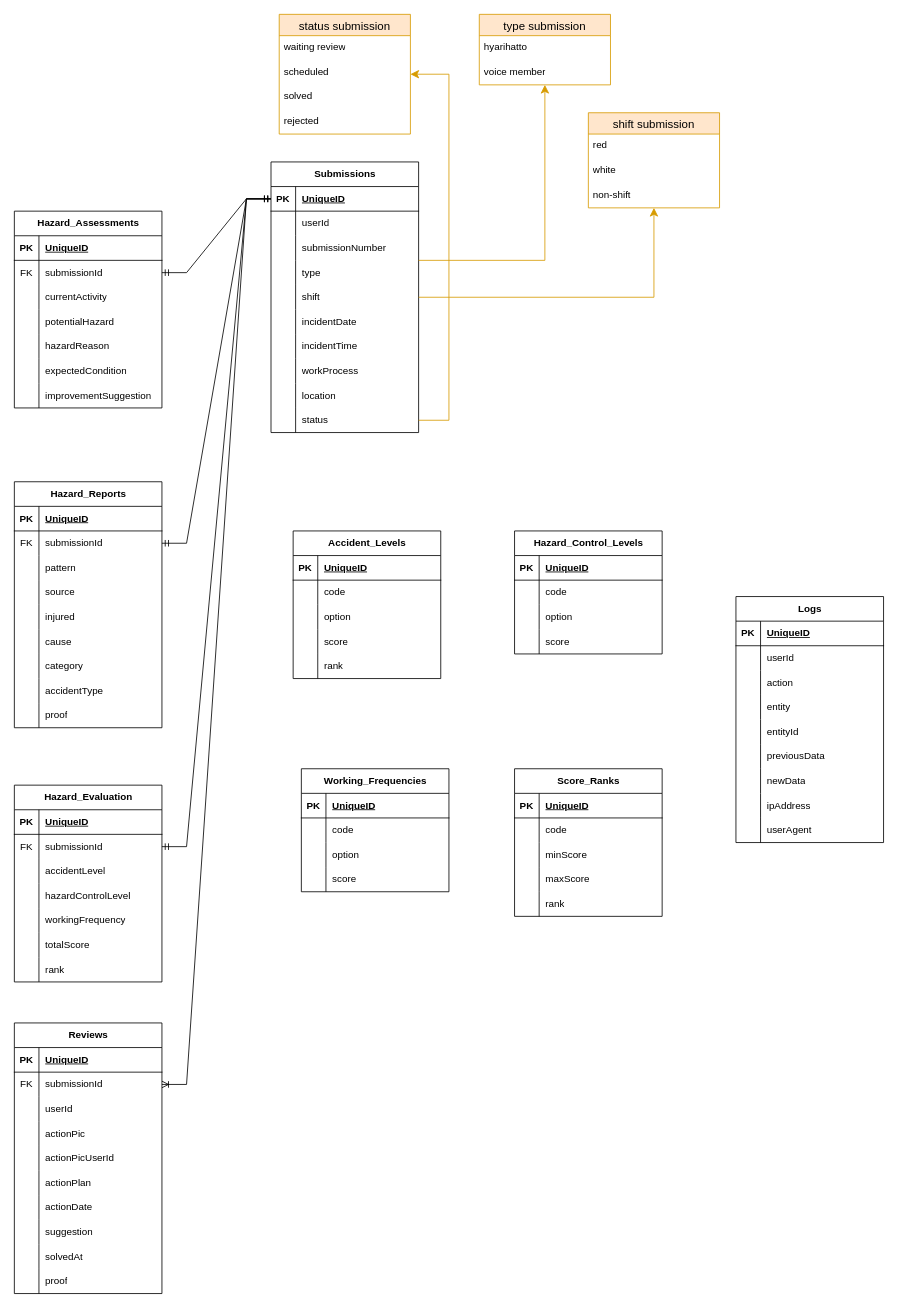
Before: page "ERD" (2 of 2) of sys_design/Flow_ERD.drawio in bagususwanto/think-forward, a draw.io diagram. Source tidied: cells renumbered, new cells numbered last; positions are measured from the earlier drawing's top-left corner, leaving out a move shared by most shapes. Both pictures are drawn from the tidied source at 82%, with x=0, y=0 at pixel (14, 14).
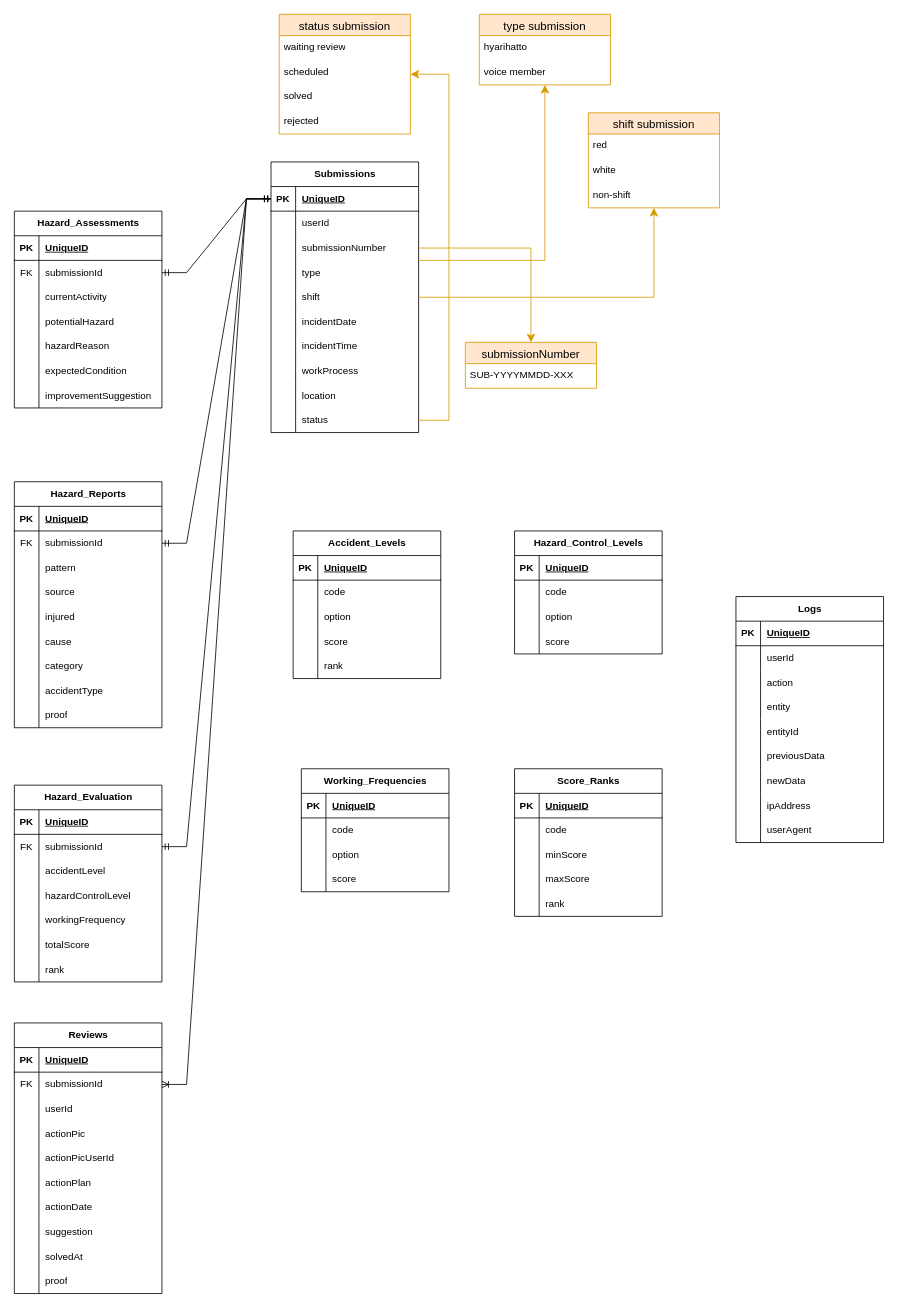
Above is the later version.

Unchanged cells that the change refers to:
```xml
<mxCell id="9" style="shape=tableRow;horizontal=0;startSize=0;swimlaneHead=0;swimlaneBody=0;fillColor=none;points=[[0,0.5],[1,0.5]];portConstraint=eastwest;top=0;left=0;right=0;bottom=0;" parent="2" vertex="1">
  <mxGeometry y="90" width="180" height="30" as="geometry" />
</mxCell>
```

Diff of the diagram source:
```diff
@@
+    <mxCell id="241" value="submissionNumber" style="swimlane;fontStyle=0;horizontal=1;startSize=26;align=center;fontSize=14;fillColor=#ffe6cc;strokeColor=#d79b00;" parent="1" vertex="1">
+      <mxGeometry x="550" y="400" width="160" height="56" as="geometry" />
+    </mxCell>
+    <mxCell id="242" value="SUB-YYYYMMDD-XXX" style="text;strokeColor=none;fillColor=none;spacingLeft=4;spacingRight=4;overflow=hidden;fontSize=12;whiteSpace=wrap;html=1;" parent="241" vertex="1">
+      <mxGeometry y="26" width="160" height="30" as="geometry" />
+    </mxCell>
+    <mxCell id="243" style="edgeStyle=elbowEdgeStyle;elbow=vertical;endArrow=classic;html=1;curved=0;rounded=0;endSize=8;startSize=8;fillColor=#ffe6cc;strokeColor=#d79b00;" parent="1" edge="1" source="9" target="241">
+      <mxGeometry relative="1" as="geometry">
+        <Array as="points">
+          <mxPoint x="630" y="285" />
+        </Array>
+      </mxGeometry>
+    </mxCell>
```
